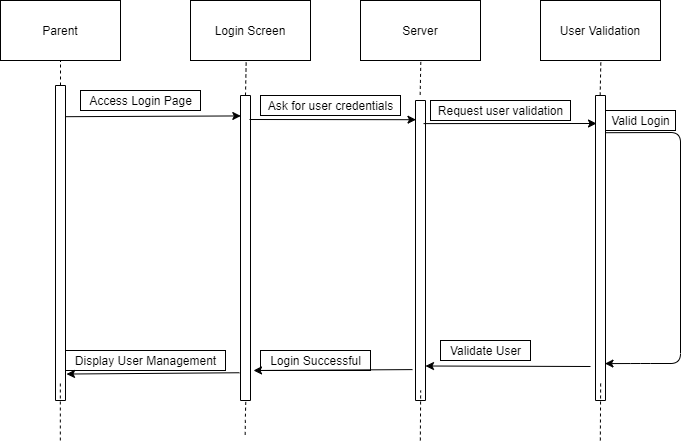
Earlier version of the draw.io export Deliverables/Week_3/Use_Case/Parent/Sequence Diagrams/UserMaintenace.png (Hanandrof/Group-3-Repository). Source tidied: cells renumbered, new cells last; positions are measured from the earlier drawing's top-left corner, leaving out a move shared by most shapes.
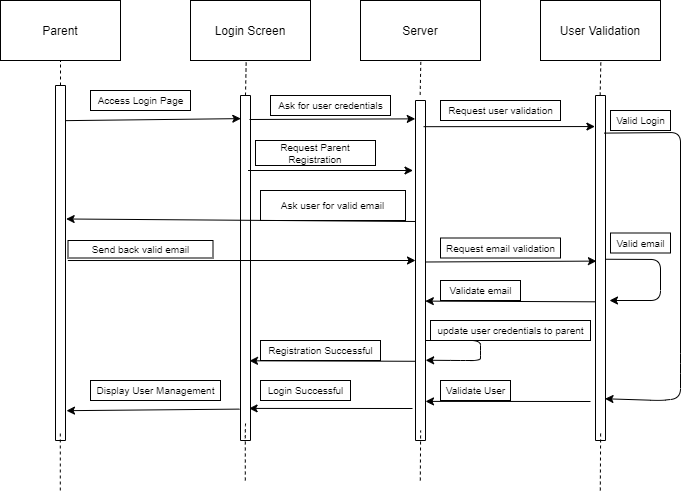
The same diagram one commit later.

Diff of the diagram source:
```diff
@@ -2,130 +2,200 @@
   <root>
     <mxCell id="0" />
     <mxCell id="1" parent="0" />
-    <mxCell id="2" value="Parent" style="rounded=0;whiteSpace=wrap;html=1;" parent="1" vertex="1">
+    <mxCell id="2" value="Parent" style="rounded=0;whiteSpace=wrap;html=1;fontSize=12;" parent="1" vertex="1">
       <mxGeometry width="120" height="60" as="geometry" />
     </mxCell>
-    <mxCell id="3" value="Server" style="rounded=0;whiteSpace=wrap;html=1;" parent="1" vertex="1">
+    <mxCell id="3" value="Server" style="rounded=0;whiteSpace=wrap;html=1;fontSize=12;" parent="1" vertex="1">
       <mxGeometry x="360" width="120" height="60" as="geometry" />
     </mxCell>
-    <mxCell id="4" value="Login Screen" style="rounded=0;whiteSpace=wrap;html=1;" parent="1" vertex="1">
+    <mxCell id="4" value="Login Screen" style="rounded=0;whiteSpace=wrap;html=1;fontSize=12;" parent="1" vertex="1">
       <mxGeometry x="190" width="120" height="60" as="geometry" />
     </mxCell>
-    <mxCell id="5" value="User Validation" style="rounded=0;whiteSpace=wrap;html=1;" parent="1" vertex="1">
+    <mxCell id="5" value="User Validation" style="rounded=0;whiteSpace=wrap;html=1;fontSize=12;" parent="1" vertex="1">
       <mxGeometry x="540" width="120" height="60" as="geometry" />
     </mxCell>
-    <mxCell id="6" style="rounded=0;whiteSpace=wrap;html=1;direction=south;" parent="1" vertex="1">
-      <mxGeometry x="55" y="85" width="10" height="315" as="geometry" />
+    <mxCell id="6" style="rounded=0;whiteSpace=wrap;html=1;direction=south;fontSize=10;" parent="1" vertex="1">
+      <mxGeometry x="55" y="85" width="10" height="355" as="geometry" />
     </mxCell>
-    <mxCell id="7" style="rounded=0;whiteSpace=wrap;html=1;direction=south;" parent="1" vertex="1">
-      <mxGeometry x="240" y="95" width="10" height="305" as="geometry" />
+    <mxCell id="7" style="rounded=0;whiteSpace=wrap;html=1;direction=south;fontSize=10;" parent="1" vertex="1">
+      <mxGeometry x="240" y="95" width="10" height="345" as="geometry" />
     </mxCell>
-    <mxCell id="8" style="rounded=0;whiteSpace=wrap;html=1;direction=south;" parent="1" vertex="1">
-      <mxGeometry x="415" y="100" width="10" height="300" as="geometry" />
+    <mxCell id="8" style="rounded=0;whiteSpace=wrap;html=1;direction=south;fontSize=10;" parent="1" vertex="1">
+      <mxGeometry x="415" y="100" width="10" height="340" as="geometry" />
     </mxCell>
-    <mxCell id="9" style="rounded=0;whiteSpace=wrap;html=1;direction=south;" parent="1" vertex="1">
-      <mxGeometry x="595" y="95" width="10" height="305" as="geometry" />
+    <mxCell id="9" style="rounded=0;whiteSpace=wrap;html=1;direction=south;fontSize=10;" parent="1" vertex="1">
+      <mxGeometry x="595" y="95" width="10" height="345" as="geometry" />
     </mxCell>
-    <mxCell id="10" style="endArrow=none;dashed=1;html=1;entryX=0.5;entryY=1;entryDx=0;entryDy=0;exitX=0;exitY=0.5;exitDx=0;exitDy=0;" parent="1" edge="1" source="6" target="2">
+    <mxCell id="10" style="endArrow=none;dashed=1;html=1;entryX=0.5;entryY=1;entryDx=0;entryDy=0;exitX=0;exitY=0.5;exitDx=0;exitDy=0;fontSize=10;" parent="1" edge="1" source="6" target="2">
       <mxGeometry relative="1" as="geometry" />
     </mxCell>
-    <mxCell id="11" style="endArrow=none;dashed=1;html=1;" parent="1" edge="1">
+    <mxCell id="11" style="endArrow=none;dashed=1;html=1;fontSize=10;" parent="1" edge="1">
       <mxGeometry relative="1" as="geometry">
-        <mxPoint x="59.8" y="440" as="sourcePoint" />
-        <mxPoint x="59.8" y="380" as="targetPoint" />
+        <mxPoint x="59.8" y="490" as="sourcePoint" />
+        <mxPoint x="59.8" y="430" as="targetPoint" />
       </mxGeometry>
     </mxCell>
-    <mxCell id="12" style="endArrow=classic;html=1;exitX=0.099;exitY=-0.014;exitDx=0;exitDy=0;exitPerimeter=0;entryX=0.067;entryY=0.969;entryDx=0;entryDy=0;entryPerimeter=0;" parent="1" edge="1" source="6" target="7">
+    <mxCell id="12" style="endArrow=classic;html=1;exitX=0.099;exitY=-0.014;exitDx=0;exitDy=0;exitPerimeter=0;entryX=0.067;entryY=0.969;entryDx=0;entryDy=0;entryPerimeter=0;fontSize=10;" parent="1" edge="1" source="6" target="7">
       <mxGeometry relative="1" as="geometry" />
     </mxCell>
-    <mxCell id="13" value="Access Login Page" style="text;html=1;align=center;verticalAlign=middle;strokeColor=#000000;" parent="1" vertex="1">
-      <mxGeometry x="80" y="90" width="120" height="20" as="geometry" />
+    <mxCell id="13" value="Access Login Page" style="text;html=1;align=center;verticalAlign=middle;strokeColor=#000000;fontSize=10;" parent="1" vertex="1">
+      <mxGeometry x="90" y="90" width="100" height="20" as="geometry" />
     </mxCell>
-    <mxCell id="14" style="endArrow=classic;html=1;entryX=0.064;entryY=0.952;entryDx=0;entryDy=0;entryPerimeter=0;" parent="1" edge="1" target="8">
+    <mxCell id="14" style="endArrow=classic;html=1;entryX=0.054;entryY=1.026;entryDx=0;entryDy=0;entryPerimeter=0;fontSize=10;" parent="1" edge="1" target="8">
       <mxGeometry relative="1" as="geometry">
         <mxPoint x="249" y="119" as="sourcePoint" />
       </mxGeometry>
     </mxCell>
-    <mxCell id="15" value="Ask for user credentials" style="text;html=1;align=center;verticalAlign=middle;strokeColor=#000000;" parent="1" vertex="1">
-      <mxGeometry x="260" y="95" width="140" height="20" as="geometry" />
+    <mxCell id="15" value="Ask for user credentials" style="text;html=1;align=center;verticalAlign=middle;strokeColor=#000000;fontSize=10;" parent="1" vertex="1">
+      <mxGeometry x="270" y="95" width="120" height="20" as="geometry" />
     </mxCell>
-    <mxCell id="16" style="endArrow=classic;html=1;exitX=0.077;exitY=0.193;exitDx=0;exitDy=0;exitPerimeter=0;" parent="1" edge="1" source="8">
-      <mxGeometry relative="1" as="geometry">
-        <mxPoint x="596" y="123" as="targetPoint" />
-      </mxGeometry>
+    <mxCell id="16" style="endArrow=classic;html=1;exitX=0.077;exitY=0.193;exitDx=0;exitDy=0;exitPerimeter=0;fontSize=10;entryX=0.09;entryY=1.059;entryDx=0;entryDy=0;entryPerimeter=0;" parent="1" edge="1" source="8" target="9">
+      <mxGeometry relative="1" as="geometry" />
     </mxCell>
-    <mxCell id="17" value="Request user validation" style="text;html=1;align=center;verticalAlign=middle;strokeColor=#000000;" parent="1" vertex="1">
-      <mxGeometry x="430" y="100" width="140" height="20" as="geometry" />
+    <mxCell id="17" value="Request user validation" style="text;html=1;align=center;verticalAlign=middle;strokeColor=#000000;fontSize=10;" parent="1" vertex="1">
+      <mxGeometry x="440" y="100" width="120" height="20" as="geometry" />
     </mxCell>
-    <mxCell id="18" style="endArrow=classic;html=1;entryX=0.879;entryY=0.05;entryDx=0;entryDy=0;entryPerimeter=0;exitX=0.122;exitY=-0.014;exitDx=0;exitDy=0;exitPerimeter=0;" parent="1" edge="1" source="9" target="9">
+    <mxCell id="18" style="endArrow=classic;html=1;entryX=0.879;entryY=0.05;entryDx=0;entryDy=0;entryPerimeter=0;exitX=0.109;exitY=0.133;exitDx=0;exitDy=0;exitPerimeter=0;fontSize=10;" parent="1" edge="1" source="9" target="9">
       <mxGeometry relative="1" as="geometry">
         <Array as="points">
           <mxPoint x="680" y="132" />
           <mxPoint x="680" y="363" />
-          <mxPoint x="640" y="363" />
+          <mxPoint x="680" y="398" />
+          <mxPoint x="660" y="400" />
         </Array>
       </mxGeometry>
     </mxCell>
-    <mxCell id="19" value="Valid Login" style="text;html=1;align=center;verticalAlign=middle;strokeColor=#000000;" parent="1" vertex="1">
-      <mxGeometry x="605" y="110" width="70" height="20" as="geometry" />
+    <mxCell id="19" value="Valid Login" style="text;html=1;align=center;verticalAlign=middle;strokeColor=#000000;fontSize=10;" parent="1" vertex="1">
+      <mxGeometry x="610" y="110" width="60" height="20" as="geometry" />
     </mxCell>
-    <mxCell id="20" style="endArrow=classic;html=1;entryX=0.885;entryY=0;entryDx=0;entryDy=0;entryPerimeter=0;" parent="1" edge="1" target="8">
+    <mxCell id="20" style="endArrow=classic;html=1;entryX=0.885;entryY=0;entryDx=0;entryDy=0;entryPerimeter=0;fontSize=10;" parent="1" edge="1" target="8">
       <mxGeometry relative="1" as="geometry">
-        <mxPoint x="590" y="366" as="sourcePoint" />
+        <mxPoint x="590" y="401" as="sourcePoint" />
       </mxGeometry>
     </mxCell>
-    <mxCell id="21" style="endArrow=classic;html=1;exitX=0.897;exitY=1.3;exitDx=0;exitDy=0;exitPerimeter=0;" parent="1" edge="1" source="8">
+    <mxCell id="21" style="endArrow=classic;html=1;fontSize=10;entryX=0.907;entryY=0.14;entryDx=0;entryDy=0;entryPerimeter=0;" parent="1" edge="1" target="7">
       <mxGeometry relative="1" as="geometry">
-        <mxPoint x="253" y="370" as="targetPoint" />
+        <mxPoint x="412" y="408" as="sourcePoint" />
       </mxGeometry>
     </mxCell>
-    <mxCell id="22" style="endArrow=classic;html=1;exitX=0.909;exitY=1.1;exitDx=0;exitDy=0;entryX=0.916;entryY=-0.1;entryDx=0;entryDy=0;entryPerimeter=0;exitPerimeter=0;" parent="1" edge="1" source="7" target="6">
+    <mxCell id="22" style="endArrow=classic;html=1;exitX=0.909;exitY=1.1;exitDx=0;exitDy=0;entryX=0.916;entryY=-0.1;entryDx=0;entryDy=0;entryPerimeter=0;exitPerimeter=0;fontSize=10;" parent="1" edge="1" source="7" target="6">
       <mxGeometry relative="1" as="geometry" />
     </mxCell>
-    <mxCell id="23" value="Login Successful" style="text;html=1;align=center;verticalAlign=middle;strokeColor=#000000;" parent="1" vertex="1">
-      <mxGeometry x="260" y="350" width="110" height="20" as="geometry" />
+    <mxCell id="23" value="Login Successful" style="text;html=1;align=center;verticalAlign=middle;strokeColor=#000000;fontSize=10;" parent="1" vertex="1">
+      <mxGeometry x="260" y="380" width="90" height="20" as="geometry" />
     </mxCell>
-    <mxCell id="24" value="Validate User" style="text;html=1;align=center;verticalAlign=middle;strokeColor=#000000;" parent="1" vertex="1">
-      <mxGeometry x="440" y="340" width="90" height="20" as="geometry" />
+    <mxCell id="24" value="Validate User" style="text;html=1;align=center;verticalAlign=middle;strokeColor=#000000;fontSize=10;" parent="1" vertex="1">
+      <mxGeometry x="440" y="380" width="70" height="20" as="geometry" />
     </mxCell>
-    <mxCell id="25" value="Display User Management" style="text;html=1;align=center;verticalAlign=middle;strokeColor=#000000;" parent="1" vertex="1">
-      <mxGeometry x="65" y="350" width="160" height="20" as="geometry" />
+    <mxCell id="25" value="Display User Management" style="text;html=1;align=center;verticalAlign=middle;strokeColor=#000000;fontSize=10;" parent="1" vertex="1">
+      <mxGeometry x="90" y="380" width="130" height="20" as="geometry" />
     </mxCell>
-    <mxCell id="26" style="endArrow=none;dashed=1;html=1;strokeColor=#000000;exitX=0;exitY=0.5;exitDx=0;exitDy=0;entryX=0.464;entryY=1.01;entryDx=0;entryDy=0;entryPerimeter=0;" parent="1" edge="1" source="7" target="4">
+    <mxCell id="26" style="endArrow=none;dashed=1;html=1;strokeColor=#000000;exitX=0;exitY=0.5;exitDx=0;exitDy=0;entryX=0.464;entryY=1.01;entryDx=0;entryDy=0;entryPerimeter=0;fontSize=10;" parent="1" edge="1" source="7" target="4">
       <mxGeometry relative="1" as="geometry" />
     </mxCell>
-    <mxCell id="27" style="endArrow=none;dashed=1;html=1;strokeColor=#000000;exitX=0;exitY=0.5;exitDx=0;exitDy=0;entryX=0.464;entryY=1.01;entryDx=0;entryDy=0;entryPerimeter=0;" parent="1" edge="1">
+    <mxCell id="27" style="endArrow=none;dashed=1;html=1;strokeColor=#000000;exitX=0;exitY=0.5;exitDx=0;exitDy=0;entryX=0.464;entryY=1.01;entryDx=0;entryDy=0;entryPerimeter=0;fontSize=10;" parent="1" edge="1">
       <mxGeometry relative="1" as="geometry">
         <mxPoint x="419.7" y="94.4" as="sourcePoint" />
         <mxPoint x="420.3" y="60" as="targetPoint" />
       </mxGeometry>
     </mxCell>
-    <mxCell id="28" style="endArrow=none;dashed=1;html=1;strokeColor=#000000;exitX=0;exitY=0.5;exitDx=0;exitDy=0;entryX=0.464;entryY=1.01;entryDx=0;entryDy=0;entryPerimeter=0;" parent="1" edge="1">
+    <mxCell id="28" style="endArrow=none;dashed=1;html=1;strokeColor=#000000;exitX=0;exitY=0.5;exitDx=0;exitDy=0;entryX=0.464;entryY=1.01;entryDx=0;entryDy=0;entryPerimeter=0;fontSize=10;" parent="1" edge="1">
       <mxGeometry relative="1" as="geometry">
         <mxPoint x="599.7" y="95" as="sourcePoint" />
         <mxPoint x="600.3" y="60.6" as="targetPoint" />
       </mxGeometry>
     </mxCell>
-    <mxCell id="29" style="endArrow=none;dashed=1;html=1;strokeColor=#000000;entryX=0.464;entryY=1.01;entryDx=0;entryDy=0;entryPerimeter=0;" parent="1" edge="1">
+    <mxCell id="29" style="endArrow=none;dashed=1;html=1;strokeColor=#000000;entryX=0.464;entryY=1.01;entryDx=0;entryDy=0;entryPerimeter=0;fontSize=10;" parent="1" edge="1">
       <mxGeometry relative="1" as="geometry">
-        <mxPoint x="599.8" y="440" as="sourcePoint" />
-        <mxPoint x="600.2" y="380" as="targetPoint" />
+        <mxPoint x="599.8" y="490" as="sourcePoint" />
+        <mxPoint x="600.1" y="430" as="targetPoint" />
       </mxGeometry>
     </mxCell>
-    <mxCell id="30" style="endArrow=none;dashed=1;html=1;strokeColor=#000000;entryX=0.464;entryY=1.01;entryDx=0;entryDy=0;entryPerimeter=0;" parent="1" edge="1">
+    <mxCell id="30" style="endArrow=none;dashed=1;html=1;strokeColor=#000000;entryX=0.464;entryY=1.01;entryDx=0;entryDy=0;entryPerimeter=0;fontSize=10;" parent="1" edge="1">
       <mxGeometry relative="1" as="geometry">
-        <mxPoint x="419.8" y="440" as="sourcePoint" />
-        <mxPoint x="420.2" y="390" as="targetPoint" />
+        <mxPoint x="419.8" y="480" as="sourcePoint" />
+        <mxPoint x="420.1" y="430" as="targetPoint" />
       </mxGeometry>
     </mxCell>
-    <mxCell id="31" style="endArrow=none;dashed=1;html=1;strokeColor=#000000;exitX=0;exitY=0.5;exitDx=0;exitDy=0;entryX=0.464;entryY=1.01;entryDx=0;entryDy=0;entryPerimeter=0;" parent="1" edge="1">
+    <mxCell id="31" style="endArrow=none;dashed=1;html=1;strokeColor=#000000;entryX=0.464;entryY=1.01;entryDx=0;entryDy=0;entryPerimeter=0;fontSize=10;" parent="1" edge="1">
       <mxGeometry relative="1" as="geometry">
-        <mxPoint x="244.7" y="434.4" as="sourcePoint" />
-        <mxPoint x="245.3" y="400" as="targetPoint" />
+        <mxPoint x="244.8" y="480" as="sourcePoint" />
+        <mxPoint x="245.1" y="420" as="targetPoint" />
         <Array as="points">
-          <mxPoint x="245" y="410" />
+          <mxPoint x="244.8" y="430" />
         </Array>
       </mxGeometry>
     </mxCell>
+    <mxCell id="32" style="endArrow=classic;html=1;fontSize=10;" parent="1" edge="1">
+      <mxGeometry relative="1" as="geometry">
+        <mxPoint x="247.5" y="170" as="sourcePoint" />
+        <mxPoint x="412.5" y="170" as="targetPoint" />
+      </mxGeometry>
+    </mxCell>
+    <mxCell id="33" value="Ask user for valid email" style="rounded=0;whiteSpace=wrap;html=1;fontSize=10;" parent="1" vertex="1">
+      <mxGeometry x="260" y="190" width="145" height="30" as="geometry" />
+    </mxCell>
+    <mxCell id="34" value="&lt;span style=&quot;font-size: 10px&quot;&gt;Request Parent Registration&lt;/span&gt;" style="rounded=0;whiteSpace=wrap;html=1;fontSize=10;" parent="1" vertex="1">
+      <mxGeometry x="255" y="140" width="120" height="25" as="geometry" />
+    </mxCell>
+    <mxCell id="35" style="endArrow=classic;html=1;fontSize=10;entryX=0.376;entryY=-0.065;entryDx=0;entryDy=0;entryPerimeter=0;" parent="1" edge="1" target="6">
+      <mxGeometry relative="1" as="geometry">
+        <mxPoint x="415" y="221" as="sourcePoint" />
+      </mxGeometry>
+    </mxCell>
+    <mxCell id="36" style="endArrow=classic;html=1;fontSize=10;exitX=0.493;exitY=-0.233;exitDx=0;exitDy=0;exitPerimeter=0;" parent="1" edge="1" source="6">
+      <mxGeometry relative="1" as="geometry">
+        <mxPoint x="415" y="260" as="targetPoint" />
+      </mxGeometry>
+    </mxCell>
+    <mxCell id="37" value="Send back valid email" style="rounded=0;whiteSpace=wrap;html=1;fontSize=10;" parent="1" vertex="1">
+      <mxGeometry x="67.5" y="240" width="145" height="17.5" as="geometry" />
+    </mxCell>
+    <mxCell id="38" style="endArrow=classic;html=1;fontSize=10;exitX=0.475;exitY=0.044;exitDx=0;exitDy=0;exitPerimeter=0;entryX=0.48;entryY=0.906;entryDx=0;entryDy=0;entryPerimeter=0;" parent="1" edge="1" source="8" target="9">
+      <mxGeometry relative="1" as="geometry" />
+    </mxCell>
+    <mxCell id="39" value="Request email validation" style="text;html=1;align=center;verticalAlign=middle;strokeColor=#000000;fontSize=10;" parent="1" vertex="1">
+      <mxGeometry x="440" y="237.5" width="120" height="20" as="geometry" />
+    </mxCell>
+    <mxCell id="40" style="endArrow=classic;html=1;fontSize=10;" parent="1" edge="1">
+      <mxGeometry relative="1" as="geometry">
+        <mxPoint x="605" y="258.8" as="sourcePoint" />
+        <mxPoint x="609" y="300" as="targetPoint" />
+        <Array as="points">
+          <mxPoint x="660" y="259" />
+          <mxPoint x="660" y="300" />
+        </Array>
+      </mxGeometry>
+    </mxCell>
+    <mxCell id="41" value="Valid email" style="text;html=1;align=center;verticalAlign=middle;strokeColor=#000000;fontSize=10;" parent="1" vertex="1">
+      <mxGeometry x="610" y="232.5" width="60" height="20" as="geometry" />
+    </mxCell>
+    <mxCell id="42" style="endArrow=classic;html=1;fontSize=10;exitX=0.598;exitY=1.017;exitDx=0;exitDy=0;exitPerimeter=0;entryX=0.59;entryY=0.017;entryDx=0;entryDy=0;entryPerimeter=0;" parent="1" edge="1" source="9" target="8">
+      <mxGeometry relative="1" as="geometry" />
+    </mxCell>
+    <mxCell id="43" value="Validate email" style="text;html=1;align=center;verticalAlign=middle;strokeColor=#000000;fontSize=10;" parent="1" vertex="1">
+      <mxGeometry x="440" y="280" width="80" height="20" as="geometry" />
+    </mxCell>
+    <mxCell id="44" style="endArrow=classic;html=1;fontSize=10;entryX=0.764;entryY=-0.015;entryDx=0;entryDy=0;entryPerimeter=0;" parent="1" edge="1" target="8">
+      <mxGeometry relative="1" as="geometry">
+        <mxPoint x="425" y="340" as="sourcePoint" />
+        <Array as="points">
+          <mxPoint x="450" y="340" />
+          <mxPoint x="480" y="340" />
+          <mxPoint x="480" y="350" />
+          <mxPoint x="480" y="360" />
+          <mxPoint x="460" y="360" />
+        </Array>
+      </mxGeometry>
+    </mxCell>
+    <mxCell id="45" value="update user credentials to parent" style="text;html=1;align=center;verticalAlign=middle;strokeColor=#000000;fontSize=10;" parent="1" vertex="1">
+      <mxGeometry x="430" y="320" width="160" height="20" as="geometry" />
+    </mxCell>
+    <mxCell id="46" style="endArrow=classic;html=1;fontSize=12;entryX=0.769;entryY=0.1;entryDx=0;entryDy=0;entryPerimeter=0;exitX=0.767;exitY=1;exitDx=0;exitDy=0;exitPerimeter=0;" parent="1" edge="1" source="8" target="7">
+      <mxGeometry relative="1" as="geometry" />
+    </mxCell>
+    <mxCell id="47" value="Registration Successful" style="text;html=1;align=center;verticalAlign=middle;strokeColor=#000000;fontSize=10;" parent="1" vertex="1">
+      <mxGeometry x="260" y="340" width="120" height="20" as="geometry" />
+    </mxCell>
   </root>
 </mxGraphModel>
```
